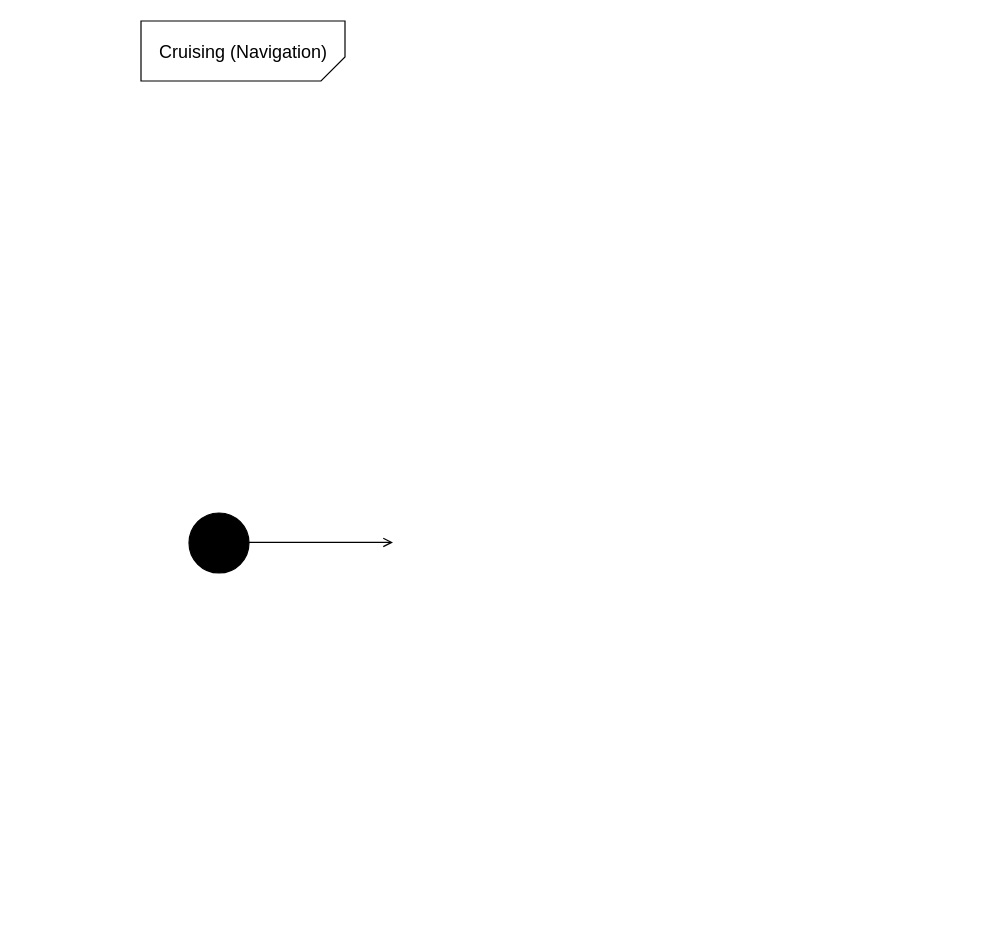
Earlier version of the draw.io diagram page "cruising" (4 of 5) of state-diagram.drawio (gordonpn/soen331-assignment2). Source tidied: cells renumbered, new cells numbered last; positions are measured from the earlier drawing's top-left corner, leaving out a move shared by most shapes. Both pictures are drawn from the tidied source at 120%, with x=0, y=0 at pixel (140, 20).
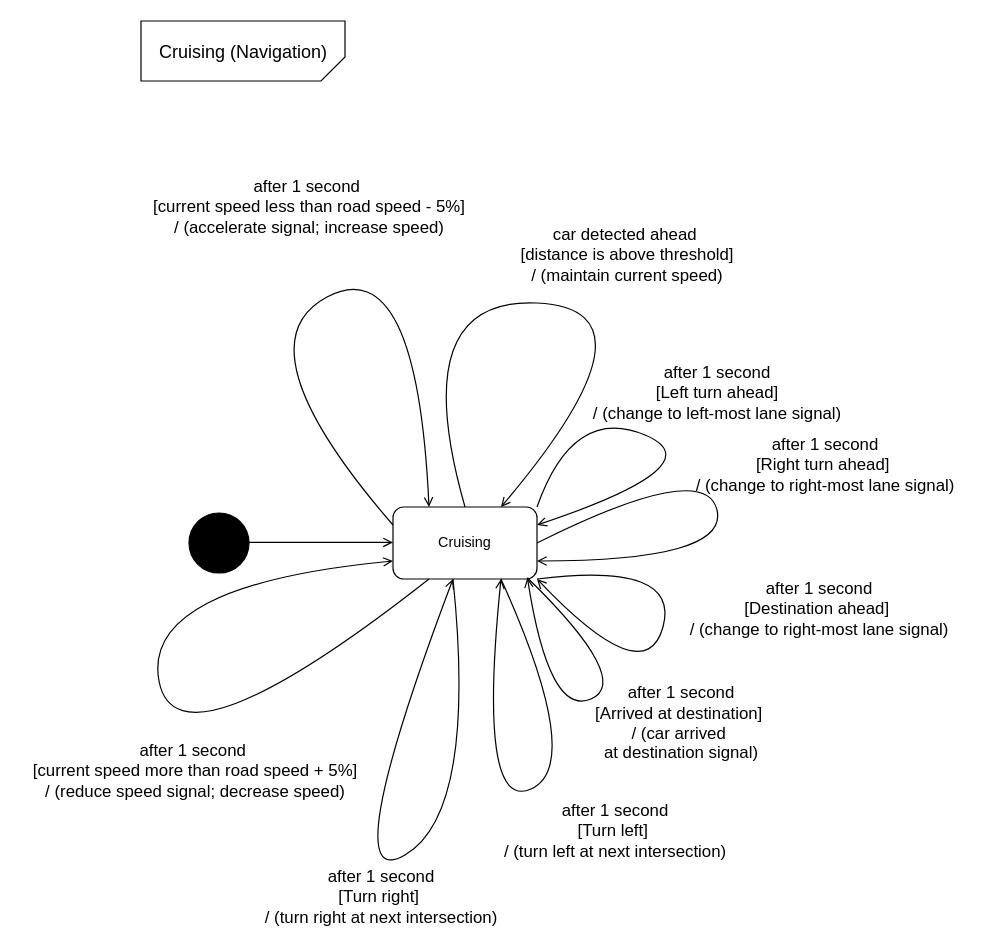
The same page after the edit.

Commit message (it also covers changes not shown here):
finished Cruising (Navigation) sub-state diagram

Change to the diagram source:
```diff
@@
+    <mxCell id="6" value="Cruising" style="rounded=1;whiteSpace=wrap;html=1;shadow=0;strokeColor=#000000;fillColor=#FFFFFF;align=center;" parent="1" vertex="1">
+      <mxGeometry x="210" y="405" width="120" height="60" as="geometry" />
+    </mxCell>
+    <mxCell id="7" style="curved=1;endArrow=open;html=1;entryX=0.25;entryY=0;entryDx=0;entryDy=0;exitX=0;exitY=0.25;exitDx=0;exitDy=0;endFill=0;" parent="1" edge="1">
+      <mxGeometry relative="1" as="geometry">
+        <mxPoint x="210" y="420" as="sourcePoint" />
+        <mxPoint x="240" y="405" as="targetPoint" />
+        <Array as="points">
+          <mxPoint x="80" y="270" />
+          <mxPoint x="230" y="190" />
+        </Array>
+      </mxGeometry>
+    </mxCell>
+    <mxCell id="8" value="&lt;font style=&quot;font-size: 14px&quot;&gt;after 1 second&amp;nbsp;&lt;br&gt;[current speed less than road speed - 5%] &lt;br&gt;/ (accelerate signal; increase speed)&lt;/font&gt;" style="text;html=1;align=center;verticalAlign=middle;" parent="1" vertex="1">
+      <mxGeometry y="130" width="280" height="50" as="geometry" />
+    </mxCell>
+    <mxCell id="9" style="curved=1;endArrow=open;html=1;entryX=0;entryY=0.75;entryDx=0;entryDy=0;exitX=0.25;exitY=1;exitDx=0;exitDy=0;endFill=0;" parent="1" edge="1">
+      <mxGeometry relative="1" as="geometry">
+        <mxPoint x="240" y="465" as="sourcePoint" />
+        <mxPoint x="210" y="450" as="targetPoint" />
+        <Array as="points">
+          <mxPoint x="30" y="630" />
+          <mxPoint y="470" />
+        </Array>
+      </mxGeometry>
+    </mxCell>
+    <mxCell id="10" value="&lt;font style=&quot;font-size: 14px&quot;&gt;after 1 second&amp;nbsp;&lt;br&gt;[current speed more than road speed + 5%] &lt;br&gt;/ (reduce speed signal; decrease speed)&lt;/font&gt;" style="text;html=1;align=center;verticalAlign=middle;" parent="1" vertex="1">
+      <mxGeometry x="-100" y="600" width="290" height="50" as="geometry" />
+    </mxCell>
+    <mxCell id="11" style="curved=1;endArrow=open;html=1;exitX=0.5;exitY=0;exitDx=0;exitDy=0;endFill=0;entryX=0.75;entryY=0;entryDx=0;entryDy=0;" parent="1" edge="1" source="6" target="6">
+      <mxGeometry relative="1" as="geometry">
+        <Array as="points">
+          <mxPoint x="220" y="230" />
+          <mxPoint x="440" y="240" />
+        </Array>
+      </mxGeometry>
+    </mxCell>
+    <mxCell id="12" value="&lt;font style=&quot;font-size: 14px&quot;&gt;car detected ahead&amp;nbsp;&lt;br&gt;[distance is above threshold] &lt;br&gt;/ (maintain current speed)&lt;/font&gt;" style="text;html=1;align=center;verticalAlign=middle;" parent="1" vertex="1">
+      <mxGeometry x="310" y="170" width="190" height="50" as="geometry" />
+    </mxCell>
+    <mxCell id="13" style="curved=1;endArrow=open;html=1;exitX=1;exitY=0;exitDx=0;exitDy=0;endFill=0;entryX=1;entryY=0.25;entryDx=0;entryDy=0;" parent="1" edge="1" source="6" target="6">
+      <mxGeometry relative="1" as="geometry">
+        <Array as="points">
+          <mxPoint x="360" y="320" />
+          <mxPoint x="480" y="370" />
+        </Array>
+      </mxGeometry>
+    </mxCell>
+    <mxCell id="14" value="&lt;font style=&quot;font-size: 14px&quot;&gt;after 1 second&lt;br&gt;[Left turn ahead]&lt;br&gt;/ (change to left-most lane signal)&lt;/font&gt;" style="text;html=1;align=center;verticalAlign=middle;" parent="1" vertex="1">
+      <mxGeometry x="370" y="285" width="220" height="50" as="geometry" />
+    </mxCell>
+    <mxCell id="15" value="&lt;font style=&quot;font-size: 14px&quot;&gt;after 1 second&lt;br&gt;[Right turn ahead]&amp;nbsp;&lt;br&gt;/ (change to right-most lane signal)&lt;/font&gt;" style="text;html=1;align=center;verticalAlign=middle;" parent="1" vertex="1">
+      <mxGeometry x="455" y="345" width="230" height="50" as="geometry" />
+    </mxCell>
+    <mxCell id="16" style="curved=1;endArrow=open;html=1;exitX=1;exitY=0.5;exitDx=0;exitDy=0;endFill=0;entryX=1;entryY=0.75;entryDx=0;entryDy=0;" parent="1" edge="1" source="6" target="6">
+      <mxGeometry relative="1" as="geometry">
+        <Array as="points">
+          <mxPoint x="470" y="365" />
+          <mxPoint x="490" y="450" />
+        </Array>
+      </mxGeometry>
+    </mxCell>
+    <mxCell id="17" value="&lt;font style=&quot;font-size: 14px&quot;&gt;after 1 second&lt;br&gt;[Destination ahead]&amp;nbsp;&lt;br&gt;/ (change to right-most lane signal)&lt;/font&gt;" style="text;html=1;align=center;verticalAlign=middle;" parent="1" vertex="1">
+      <mxGeometry x="450" y="465" width="230" height="50" as="geometry" />
+    </mxCell>
+    <mxCell id="18" style="curved=1;endArrow=open;html=1;exitX=1;exitY=1;exitDx=0;exitDy=0;endFill=0;" parent="1" edge="1" source="6">
+      <mxGeometry relative="1" as="geometry">
+        <mxPoint x="330" y="465" as="targetPoint" />
+        <Array as="points">
+          <mxPoint x="450" y="450" />
+          <mxPoint x="420" y="560" />
+        </Array>
+      </mxGeometry>
+    </mxCell>
+    <mxCell id="19" style="curved=1;endArrow=open;html=1;exitX=0.933;exitY=0.983;exitDx=0;exitDy=0;endFill=0;exitPerimeter=0;" parent="1" edge="1" source="6">
+      <mxGeometry relative="1" as="geometry">
+        <mxPoint x="322" y="464" as="targetPoint" />
+        <Array as="points">
+          <mxPoint x="410" y="550" />
+          <mxPoint x="340" y="580" />
+        </Array>
+      </mxGeometry>
+    </mxCell>
+    <mxCell id="20" value="&lt;font style=&quot;font-size: 14px&quot;&gt;after 1 second&lt;br&gt;[Arrived at destination]&amp;nbsp;&lt;br&gt;/ (car arrived&amp;nbsp;&lt;br&gt;at destination signal)&lt;/font&gt;" style="text;html=1;align=center;verticalAlign=middle;" parent="1" vertex="1">
+      <mxGeometry x="370" y="550" width="160" height="70" as="geometry" />
+    </mxCell>
+    <mxCell id="21" value="&lt;font style=&quot;font-size: 14px&quot;&gt;after 1 second&lt;br&gt;[Turn left]&amp;nbsp;&lt;br&gt;/ (turn left at next intersection)&lt;/font&gt;" style="text;html=1;align=center;verticalAlign=middle;" parent="1" vertex="1">
+      <mxGeometry x="295" y="650" width="200" height="50" as="geometry" />
+    </mxCell>
+    <mxCell id="22" style="curved=1;endArrow=open;html=1;exitX=0.75;exitY=1;exitDx=0;exitDy=0;endFill=0;entryX=0.75;entryY=1;entryDx=0;entryDy=0;" parent="1" edge="1" source="6" target="6">
+      <mxGeometry relative="1" as="geometry">
+        <Array as="points">
+          <mxPoint x="370" y="620" />
+          <mxPoint x="280" y="660" />
+        </Array>
+      </mxGeometry>
+    </mxCell>
+    <mxCell id="23" value="&lt;font style=&quot;font-size: 14px&quot;&gt;after 1 second&lt;br&gt;[Turn right]&amp;nbsp;&lt;br&gt;/ (turn right at next intersection)&lt;/font&gt;" style="text;html=1;align=center;verticalAlign=middle;" parent="1" vertex="1">
+      <mxGeometry x="95" y="705" width="210" height="50" as="geometry" />
+    </mxCell>
+    <mxCell id="24" style="curved=1;endArrow=open;html=1;exitX=0.75;exitY=1;exitDx=0;exitDy=0;endFill=0;entryX=0.75;entryY=1;entryDx=0;entryDy=0;" parent="1" edge="1">
+      <mxGeometry relative="1" as="geometry">
+        <mxPoint x="260" y="465" as="sourcePoint" />
+        <mxPoint x="260" y="465" as="targetPoint" />
+        <Array as="points">
+          <mxPoint x="280" y="660" />
+          <mxPoint x="160" y="730" />
+        </Array>
+      </mxGeometry>
+    </mxCell>
```
